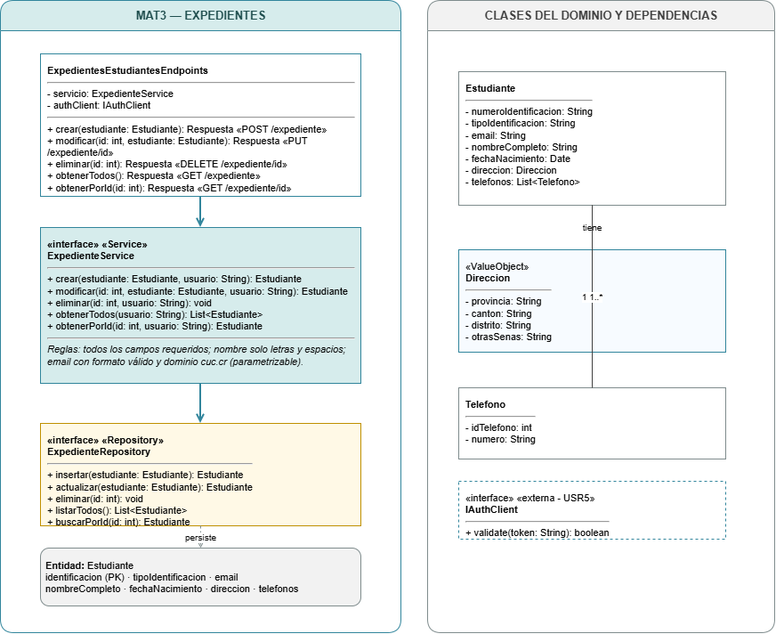
Above: Documentacion/Diagramas Generales/Clases/Microservicios/DiagramaClases_AdministracionExpedientes.png in AskingManCode/MetaU (draw.io), before the change. Source tidied: cells renumbered, new cells last; positions are measured from the earlier drawing's top-left corner, leaving out a move shared by most shapes.
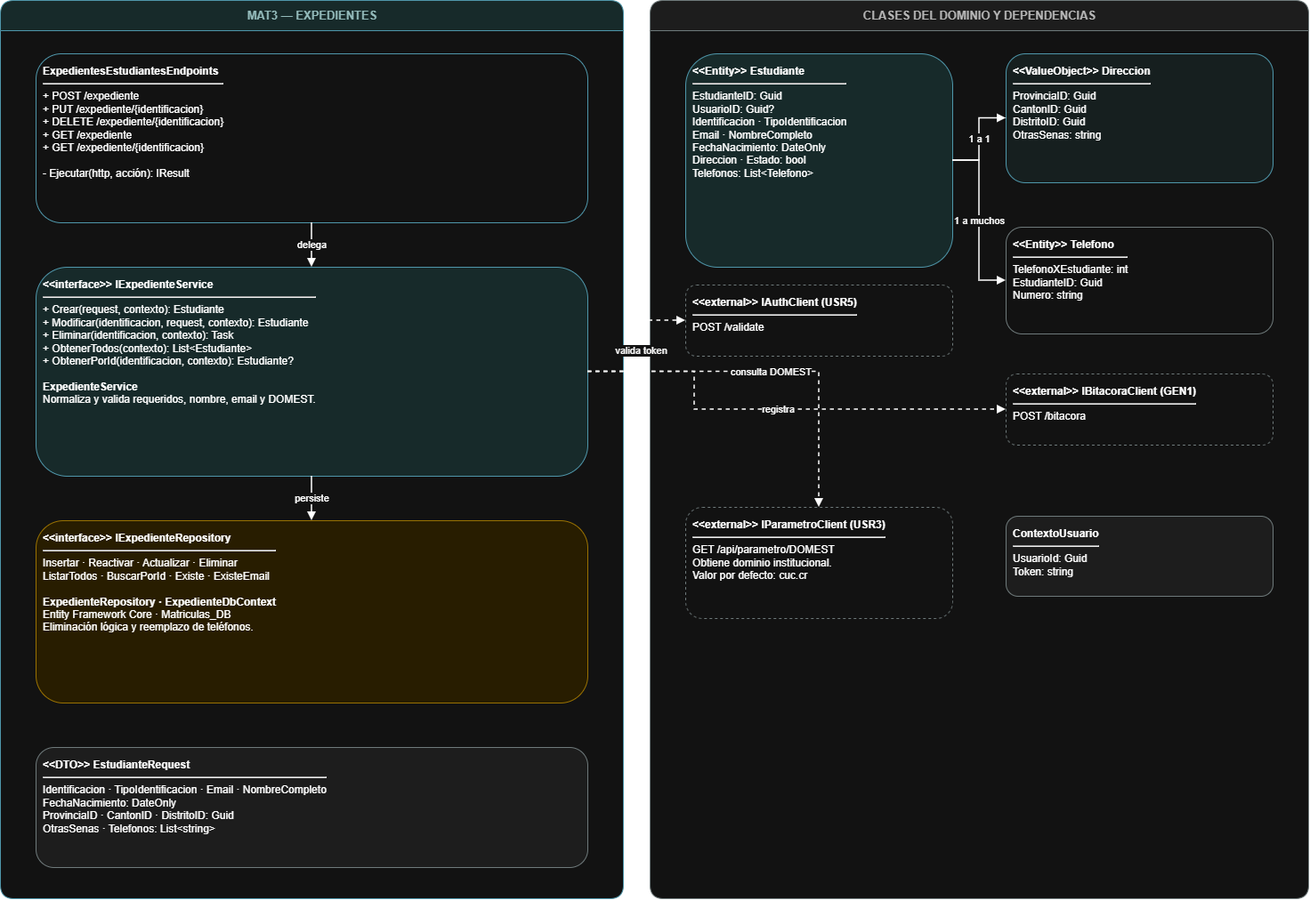
After the commit.

Commit message:
docs: agrega README y Diagramas Acualizados

- README incorporado
- Actualización de Diagrama de Clases en Documentación

Diff of the diagram source:
```diff
@@ -3,49 +3,74 @@
     <mxCell id="0" />
     <mxCell id="1" parent="0" />
     <mxCell id="2" value="MAT3 — EXPEDIENTES" style="swimlane;html=1;startSize=34;horizontal=1;rounded=1;fillColor=#D6ECEC;swimlaneFillColor=#FFFFFF;strokeColor=#31859C;fontColor=#1F4E4E;fontStyle=1;fontSize=13;" parent="1" vertex="1">
-      <mxGeometry width="450" height="710" as="geometry" />
+      <mxGeometry y="-90" width="700" height="1010" as="geometry" />
     </mxCell>
     <mxCell id="3" value="CLASES DEL DOMINIO Y DEPENDENCIAS" style="swimlane;html=1;startSize=34;horizontal=1;rounded=1;fillColor=#F2F2F2;swimlaneFillColor=#FFFFFF;strokeColor=#7F8C8D;fontColor=#404040;fontStyle=1;fontSize=13;" parent="1" vertex="1">
-      <mxGeometry x="480" width="390" height="710" as="geometry" />
+      <mxGeometry x="730" y="-90" width="740" height="1010" as="geometry" />
     </mxCell>
-    <mxCell id="4" value="&lt;b&gt;ExpedientesEstudiantesEndpoints&lt;/b&gt;&lt;hr&gt;- servicio: ExpedienteService&lt;br&gt;- authClient: IAuthClient&lt;hr&gt;+ crear(estudiante: Estudiante): Respuesta  &amp;laquo;POST /expediente&amp;raquo;&lt;br&gt;+ modificar(id: int, estudiante: Estudiante): Respuesta  &amp;laquo;PUT /expediente/id&amp;raquo;&lt;br&gt;+ eliminar(id: int): Respuesta  &amp;laquo;DELETE /expediente/id&amp;raquo;&lt;br&gt;+ obtenerTodos(): Respuesta  &amp;laquo;GET /expediente&amp;raquo;&lt;br&gt;+ obtenerPorId(id: int): Respuesta  &amp;laquo;GET /expediente/id&amp;raquo;" style="rounded=0;whiteSpace=wrap;html=1;align=left;verticalAlign=top;spacing=8;fillColor=#FFFFFF;strokeColor=#31859C;fontSize=11;" parent="1" vertex="1">
-      <mxGeometry x="45" y="60" width="360" height="160" as="geometry" />
-    </mxCell>
-    <mxCell id="5" value="&lt;b&gt;&amp;laquo;interface&amp;raquo; &amp;laquo;Service&amp;raquo;&lt;br&gt;ExpedienteService&lt;/b&gt;&lt;hr&gt;+ crear(estudiante: Estudiante, usuario: String): Estudiante&lt;br&gt;+ modificar(id: int, estudiante: Estudiante, usuario: String): Estudiante&lt;br&gt;+ eliminar(id: int, usuario: String): void&lt;br&gt;+ obtenerTodos(usuario: String): List&amp;lt;Estudiante&amp;gt;&lt;br&gt;+ obtenerPorId(id: int, usuario: String): Estudiante&lt;hr&gt;&lt;i&gt;Reglas: todos los campos requeridos; nombre solo letras y espacios; email con formato válido y dominio cuc.cr (parametrizable).&lt;/i&gt;" style="rounded=0;whiteSpace=wrap;html=1;align=left;verticalAlign=top;spacing=8;fillColor=#D6ECEC;strokeColor=#31859C;fontSize=11;" parent="1" vertex="1">
-      <mxGeometry x="45" y="255" width="360" height="175" as="geometry" />
-    </mxCell>
-    <mxCell id="6" value="&lt;b&gt;&amp;laquo;interface&amp;raquo; &amp;laquo;Repository&amp;raquo;&lt;br&gt;ExpedienteRepository&lt;/b&gt;&lt;hr&gt;+ insertar(estudiante: Estudiante): Estudiante&lt;br&gt;+ actualizar(estudiante: Estudiante): Estudiante&lt;br&gt;+ eliminar(id: int): void&lt;br&gt;+ listarTodos(): List&amp;lt;Estudiante&amp;gt;&lt;br&gt;+ buscarPorId(id: int): Estudiante" style="rounded=0;whiteSpace=wrap;html=1;align=left;verticalAlign=top;spacing=8;fillColor=#FFF9E6;strokeColor=#BF9000;fontSize=11;" parent="1" vertex="1">
-      <mxGeometry x="45" y="475" width="360" height="115" as="geometry" />
-    </mxCell>
-    <mxCell id="7" value="&lt;b&gt;Entidad:&lt;/b&gt; Estudiante&lt;br&gt;identificacion (PK) · tipoIdentificacion · email&lt;br&gt;nombreCompleto · fechaNacimiento · direccion · telefonos" style="rounded=1;whiteSpace=wrap;html=1;fillColor=#F2F2F2;strokeColor=#7F8C8D;fontSize=11;align=left;spacing=6;" parent="1" vertex="1">
-      <mxGeometry x="45" y="615" width="360" height="65" as="geometry" />
-    </mxCell>
-    <mxCell id="8" style="edgeStyle=orthogonalEdgeStyle;rounded=0;html=1;endArrow=open;endFill=0;strokeWidth=2;strokeColor=#31859C;" parent="1" vertex="1" edge="1" source="4" target="5">
-      <mxGeometry relative="1" as="geometry" />
-    </mxCell>
-    <mxCell id="9" style="edgeStyle=orthogonalEdgeStyle;rounded=0;html=1;endArrow=open;endFill=0;strokeWidth=2;strokeColor=#31859C;" parent="1" vertex="1" edge="1" source="5" target="6">
-      <mxGeometry relative="1" as="geometry" />
-    </mxCell>
+    <mxCell id="17" value="&lt;b&gt;&amp;lt;&amp;lt;external&amp;gt;&amp;gt; IAuthClient (USR5)&lt;/b&gt;&lt;hr&gt;POST /validate" style="rounded=1;whiteSpace=wrap;html=1;align=left;verticalAlign=top;spacing=8;fontSize=12;fillColor=#FFFFFF;strokeColor=#7F8C8D;dashed=1;" parent="3" vertex="1">
+      <mxGeometry x="40" y="320" width="300" height="80" as="geometry" />
+    </mxCell>
+    <mxCell id="18" value="&lt;b&gt;ExpedientesEstudiantesEndpoints&lt;/b&gt;&lt;hr&gt;+ POST /expediente&lt;br&gt;+ PUT /expediente/{identificacion}&lt;br&gt;+ DELETE /expediente/{identificacion}&lt;br&gt;+ GET /expediente&lt;br&gt;+ GET /expediente/{identificacion}&lt;br&gt;&lt;br&gt;- Ejecutar(http, acción): IResult" style="rounded=1;whiteSpace=wrap;html=1;align=left;verticalAlign=top;spacing=8;fontSize=12;fillColor=#FFFFFF;strokeColor=#31859C;" parent="1" vertex="1">
+      <mxGeometry x="40" y="-30" width="620" height="190" as="geometry" />
+    </mxCell>
+    <mxCell id="19" value="&lt;b&gt;&amp;lt;&amp;lt;interface&amp;gt;&amp;gt; IExpedienteService&lt;/b&gt;&lt;hr&gt;+ Crear(request, contexto): Estudiante&lt;br&gt;+ Modificar(identificacion, request, contexto): Estudiante&lt;br&gt;+ Eliminar(identificacion, contexto): Task&lt;br&gt;+ ObtenerTodos(contexto): List&amp;lt;Estudiante&amp;gt;&lt;br&gt;+ ObtenerPorId(identificacion, contexto): Estudiante?&lt;br&gt;&lt;br&gt;&lt;b&gt;ExpedienteService&lt;/b&gt;&lt;br&gt;Normaliza y valida requeridos, nombre, email y DOMEST." style="rounded=1;whiteSpace=wrap;html=1;align=left;verticalAlign=top;spacing=8;fontSize=12;fillColor=#D6ECEC;strokeColor=#31859C;" parent="1" vertex="1">
+      <mxGeometry x="40" y="210" width="620" height="235" as="geometry" />
+    </mxCell>
+    <mxCell id="20" value="&lt;b&gt;&amp;lt;&amp;lt;interface&amp;gt;&amp;gt; IExpedienteRepository&lt;/b&gt;&lt;hr&gt;Insertar · Reactivar · Actualizar · Eliminar&lt;br&gt;ListarTodos · BuscarPorId · Existe · ExisteEmail&lt;br&gt;&lt;br&gt;&lt;b&gt;ExpedienteRepository · ExpedienteDbContext&lt;/b&gt;&lt;br&gt;Entity Framework Core · Matriculas_DB&lt;br&gt;Eliminación lógica y reemplazo de teléfonos." style="rounded=1;whiteSpace=wrap;html=1;align=left;verticalAlign=top;spacing=8;fontSize=12;fillColor=#FFF2CC;strokeColor=#BF9000;" parent="1" vertex="1">
+      <mxGeometry x="40" y="495" width="620" height="205" as="geometry" />
+    </mxCell>
+    <mxCell id="21" value="&lt;b&gt;&amp;lt;&amp;lt;DTO&amp;gt;&amp;gt; EstudianteRequest&lt;/b&gt;&lt;hr&gt;Identificacion · TipoIdentificacion · Email · NombreCompleto&lt;br&gt;FechaNacimiento: DateOnly&lt;br&gt;ProvinciaID · CantonID · DistritoID: Guid&lt;br&gt;OtrasSenas · Telefonos: List&amp;lt;string&amp;gt;" style="rounded=1;whiteSpace=wrap;html=1;align=left;verticalAlign=top;spacing=8;fontSize=12;fillColor=#F2F2F2;strokeColor=#7F8C8D;" parent="1" vertex="1">
+      <mxGeometry x="40" y="750" width="620" height="135" as="geometry" />
+    </mxCell>
+    <mxCell id="22" value="&lt;b&gt;&amp;lt;&amp;lt;Entity&amp;gt;&amp;gt; Estudiante&lt;/b&gt;&lt;hr&gt;EstudianteID: Guid&lt;br&gt;UsuarioID: Guid?&lt;br&gt;Identificacion · TipoIdentificacion&lt;br&gt;Email · NombreCompleto&lt;br&gt;FechaNacimiento: DateOnly&lt;br&gt;Direccion · Estado: bool&lt;br&gt;Telefonos: List&amp;lt;Telefono&amp;gt;" style="rounded=1;whiteSpace=wrap;html=1;align=left;verticalAlign=top;spacing=8;fontSize=12;fillColor=#D6ECEC;strokeColor=#31859C;" parent="1" vertex="1">
+      <mxGeometry x="770" y="-30" width="300" height="240" as="geometry" />
+    </mxCell>
+    <mxCell id="23" value="&lt;b&gt;&amp;lt;&amp;lt;ValueObject&amp;gt;&amp;gt; Direccion&lt;/b&gt;&lt;hr&gt;ProvinciaID: Guid&lt;br&gt;CantonID: Guid&lt;br&gt;DistritoID: Guid&lt;br&gt;OtrasSenas: string" style="rounded=1;whiteSpace=wrap;html=1;align=left;verticalAlign=top;spacing=8;fontSize=12;fillColor=#EAF4F4;strokeColor=#31859C;" parent="1" vertex="1">
+      <mxGeometry x="1130" y="-30" width="300" height="145" as="geometry" />
+    </mxCell>
+    <mxCell id="24" value="&lt;b&gt;&amp;lt;&amp;lt;Entity&amp;gt;&amp;gt; Telefono&lt;/b&gt;&lt;hr&gt;TelefonoXEstudiante: int&lt;br&gt;EstudianteID: Guid&lt;br&gt;Numero: string" style="rounded=1;whiteSpace=wrap;html=1;align=left;verticalAlign=top;spacing=8;fontSize=12;fillColor=#FFFFFF;strokeColor=#7F8C8D;" parent="1" vertex="1">
+      <mxGeometry x="1130" y="165" width="300" height="120" as="geometry" />
+    </mxCell>
+    <mxCell id="25" value="&lt;b&gt;&amp;lt;&amp;lt;external&amp;gt;&amp;gt; IBitacoraClient (GEN1)&lt;/b&gt;&lt;hr&gt;POST /bitacora" style="rounded=1;whiteSpace=wrap;html=1;align=left;verticalAlign=top;spacing=8;fontSize=12;fillColor=#FFFFFF;strokeColor=#7F8C8D;dashed=1;" parent="1" vertex="1">
+      <mxGeometry x="1130" y="330" width="300" height="80" as="geometry" />
+    </mxCell>
+    <mxCell id="26" value="&lt;b&gt;&amp;lt;&amp;lt;external&amp;gt;&amp;gt; IParametroClient (USR3)&lt;/b&gt;&lt;hr&gt;GET /api/parametro/DOMEST&lt;br&gt;Obtiene dominio institucional.&lt;br&gt;Valor por defecto: cuc.cr" style="rounded=1;whiteSpace=wrap;html=1;align=left;verticalAlign=top;spacing=8;fontSize=12;fillColor=#FFFFFF;strokeColor=#7F8C8D;dashed=1;" parent="1" vertex="1">
+      <mxGeometry x="770" y="480" width="300" height="125" as="geometry" />
+    </mxCell>
+    <mxCell id="27" value="&lt;b&gt;ContextoUsuario&lt;/b&gt;&lt;hr&gt;UsuarioId: Guid&lt;br&gt;Token: string" style="rounded=1;whiteSpace=wrap;html=1;align=left;verticalAlign=top;spacing=8;fontSize=12;fillColor=#F2F2F2;strokeColor=#7F8C8D;" parent="1" vertex="1">
+      <mxGeometry x="1130" y="490" width="300" height="90" as="geometry" />
+    </mxCell>
+    <mxCell id="28" value="delega" style="edgeStyle=orthogonalEdgeStyle;rounded=0;jettySize=auto;html=1;endArrow=block;endFill=1;strokeWidth=1.5;" parent="1" edge="1" source="18" target="19">
+      <mxGeometry relative="1" as="geometry" />
+    </mxCell>
-    <mxCell id="10" value="persiste" style="edgeStyle=orthogonalEdgeStyle;rounded=0;html=1;endArrow=open;endFill=0;dashed=1;strokeColor=#7F8C8D;fontSize=10;" parent="1" vertex="1" edge="1" source="6" target="7">
+    <mxCell id="10" value="persiste" style="edgeStyle=orthogonalEdgeStyle;rounded=0;jettySize=auto;html=1;endArrow=block;endFill=1;strokeWidth=1.5;" parent="1" edge="1" source="19" target="20">
       <mxGeometry relative="1" as="geometry" />
     </mxCell>
-    <mxCell id="11" value="&lt;b&gt;Estudiante&lt;/b&gt;&lt;hr&gt;- numeroIdentificacion: String&lt;br&gt;- tipoIdentificacion: String&lt;br&gt;- email: String&lt;br&gt;- nombreCompleto: String&lt;br&gt;- fechaNacimiento: Date&lt;br&gt;- direccion: Direccion&lt;br&gt;- telefonos: List&amp;lt;Telefono&amp;gt;" style="rounded=0;whiteSpace=wrap;html=1;align=left;verticalAlign=top;spacing=8;fillColor=#FFFFFF;strokeColor=#7F8C8D;fontSize=11;" parent="1" vertex="1">
-      <mxGeometry x="515" y="80" width="300" height="150" as="geometry" />
-    </mxCell>
-    <mxCell id="12" value="&amp;laquo;ValueObject&amp;raquo;&lt;br&gt;&lt;b&gt;Direccion&lt;/b&gt;&lt;hr&gt;- provincia: String&lt;br&gt;- canton: String&lt;br&gt;- distrito: String&lt;br&gt;- otrasSenas: String" style="rounded=0;whiteSpace=wrap;html=1;align=left;verticalAlign=top;spacing=8;fillColor=#F7FBFF;strokeColor=#31859C;fontSize=11;" parent="1" vertex="1">
-      <mxGeometry x="515" y="280" width="300" height="115" as="geometry" />
-    </mxCell>
-    <mxCell id="13" value="&lt;b&gt;Telefono&lt;/b&gt;&lt;hr&gt;- idTelefono: int&lt;br&gt;- numero: String" style="rounded=0;whiteSpace=wrap;html=1;align=left;verticalAlign=top;spacing=8;fillColor=#FFFFFF;strokeColor=#7F8C8D;fontSize=11;" parent="1" vertex="1">
-      <mxGeometry x="515" y="435" width="300" height="80" as="geometry" />
-    </mxCell>
-    <mxCell id="14" value="tiene" style="edgeStyle=orthogonalEdgeStyle;rounded=0;html=1;endArrow=none;startArrow=none;strokeColor=#404040;fontSize=10;" parent="1" vertex="1" edge="1" source="11" target="12">
-      <mxGeometry relative="1" as="geometry" />
-    </mxCell>
-    <mxCell id="15" value="1        1..*" style="edgeStyle=orthogonalEdgeStyle;rounded=0;html=1;endArrow=none;startArrow=none;strokeColor=#404040;fontSize=10;" parent="1" vertex="1" edge="1" source="11" target="13">
-      <mxGeometry relative="1" as="geometry" />
-    </mxCell>
-    <mxCell id="16" value="&amp;laquo;interface&amp;raquo; &amp;laquo;externa - USR5&amp;raquo;&lt;br&gt;&lt;b&gt;IAuthClient&lt;/b&gt;&lt;hr&gt;+ validate(token: String): boolean" style="rounded=0;whiteSpace=wrap;html=1;align=left;verticalAlign=top;spacing=8;dashed=1;fillColor=#FFFFFF;strokeColor=#31859C;fontSize=11;" parent="1" vertex="1">
-      <mxGeometry x="515" y="540" width="300" height="65" as="geometry" />
-    </mxCell>
+    <mxCell id="29" value="1 a 1" style="edgeStyle=orthogonalEdgeStyle;rounded=0;jettySize=auto;html=1;endArrow=block;endFill=1;strokeWidth=1.5;" parent="1" edge="1" source="22" target="23">
+      <mxGeometry relative="1" as="geometry" />
+    </mxCell>
+    <mxCell id="30" value="1 a muchos" style="edgeStyle=orthogonalEdgeStyle;rounded=0;jettySize=auto;html=1;endArrow=block;endFill=1;strokeWidth=1.5;" parent="1" edge="1" source="22" target="24">
+      <mxGeometry relative="1" as="geometry" />
+    </mxCell>
+    <mxCell id="31" value="valida token" style="edgeStyle=orthogonalEdgeStyle;rounded=0;jettySize=auto;html=1;endArrow=block;endFill=1;strokeWidth=1.5;dashed=1;" parent="1" edge="1" source="19" target="17">
+      <mxGeometry relative="1" as="geometry">
+        <Array as="points">
+          <mxPoint x="720" y="327.5" />
+          <mxPoint x="720" y="270" />
+        </Array>
+      </mxGeometry>
+    </mxCell>
+    <mxCell id="32" value="registra" style="edgeStyle=orthogonalEdgeStyle;rounded=0;jettySize=auto;html=1;endArrow=block;endFill=1;strokeWidth=1.5;dashed=1;entryX=0;entryY=0.5;entryDx=0;entryDy=0;exitX=1;exitY=0.5;exitDx=0;exitDy=0;" parent="1" edge="1" source="19" target="25">
+      <mxGeometry relative="1" as="geometry">
+        <Array as="points">
+          <mxPoint x="780" y="327.5" />
+          <mxPoint x="780" y="370" />
+        </Array>
+      </mxGeometry>
+    </mxCell>
+    <mxCell id="33" value="consulta DOMEST" style="edgeStyle=orthogonalEdgeStyle;rounded=0;jettySize=auto;html=1;endArrow=block;endFill=1;strokeWidth=1.5;dashed=1;exitX=1;exitY=0.5;exitDx=0;exitDy=0;entryX=0.5;entryY=0;entryDx=0;entryDy=0;" parent="1" edge="1" source="19" target="26">
+      <mxGeometry relative="1" as="geometry" />
+    </mxCell>
   </root>
 </mxGraphModel>
```
